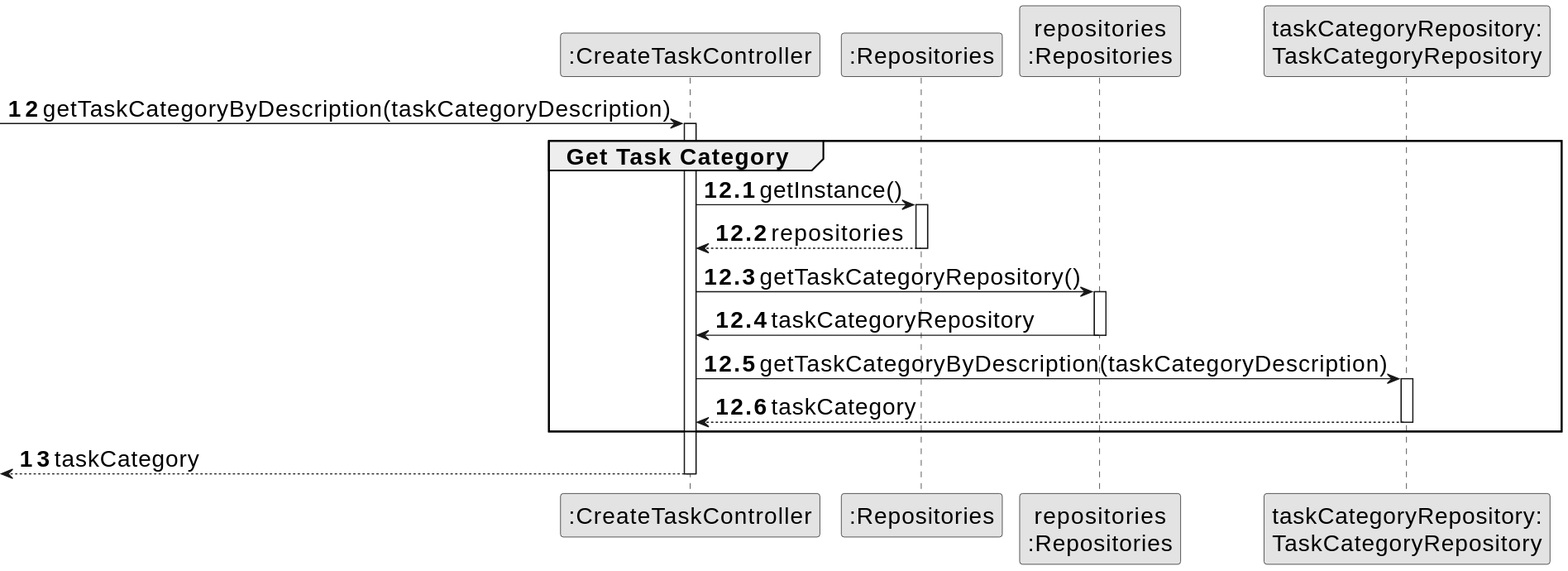
The PlantUML diagram docs/sprintC/us010/03.design/svg/us010-sequence-diagram-partial-get-task-category.svg in rita-barbosa/LAPR2-2223, before a commit.
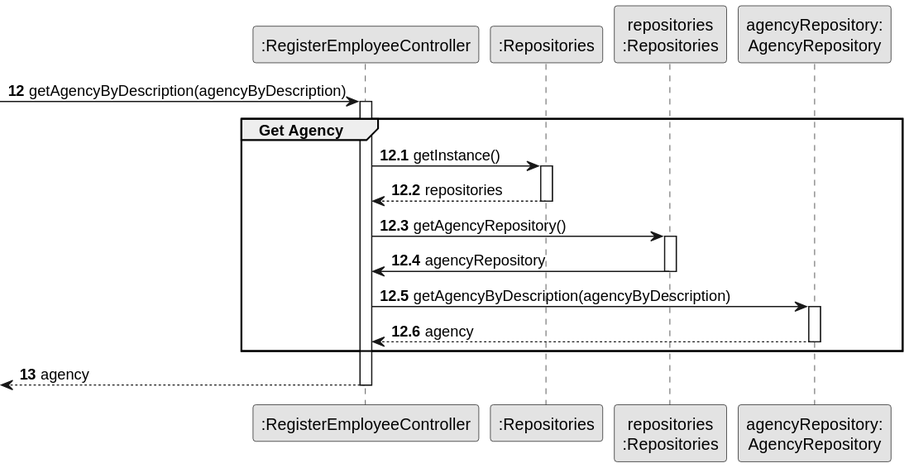
The same diagram one commit later.

The edit, as a diff of the source:
```diff
@@ -1,43 +1,42 @@
 @startuml
-skinparamlocked defaultFontSize 20
 skinparam monochrome true
 skinparam packageStyle rectangle
 skinparam shadowing false
 
-participant ":CreateTaskController" as CTRL
+participant ":RegisterEmployeeController" as CTRL
 participant ":Repositories" as RepositorySingleton
 participant "repositories\n:Repositories" as PLAT
-participant "taskCategoryRepository:\nTaskCategoryRepository" as TaskCategoryRepository
+participant "agencyRepository:\nAgencyRepository" as AgencyRepository
 
 autonumber 12
--> CTRL : getTaskCategoryByDescription(taskCategoryDescription)
+-> CTRL : getAgencyByDescription(agencyByDescription)
 
 autonumber 12.1
 
 activate CTRL
-    group Get Task Category
+    group Get Agency
         CTRL -> RepositorySingleton : getInstance()
         activate RepositorySingleton
 
             RepositorySingleton --> CTRL: repositories
         deactivate RepositorySingleton
 
-        CTRL -> PLAT : getTaskCategoryRepository()
+        CTRL -> PLAT : getAgencyRepository()
         activate PLAT
 
-            PLAT -> CTRL : taskCategoryRepository
+            PLAT -> CTRL : agencyRepository
         deactivate PLAT
 
-        CTRL -> TaskCategoryRepository : getTaskCategoryByDescription(taskCategoryDescription)
-        activate TaskCategoryRepository
+        CTRL -> AgencyRepository : getAgencyByDescription(agencyByDescription)
+        activate AgencyRepository
 
-            TaskCategoryRepository --> CTRL : taskCategory
-        deactivate TaskCategoryRepository
+            AgencyRepository --> CTRL : agency
+        deactivate AgencyRepository
 
     end group
 
     autonumber 13
-    <-- CTRL : taskCategory
+    <-- CTRL : agency
 
 deactivate CTRL
 @enduml
```
